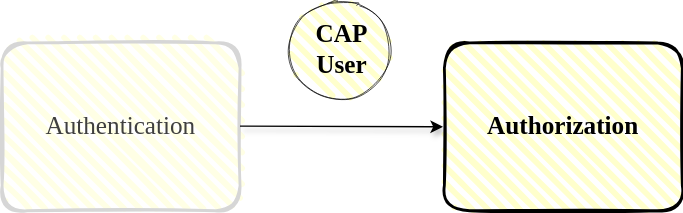
This is guides/security/assets/authorization.drawio.svg from capire/docs, a draw.io export, as it was before one commit. Source tidied: cells renumbered, new cells last; positions are measured from the earlier drawing's top-left corner, leaving out a move shared by most shapes.
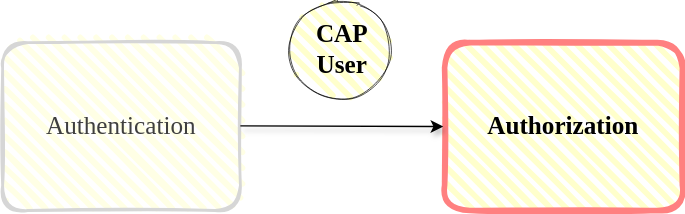
Above is the later version.

The edit, as a diff of the source:
```diff
@@ -2,7 +2,7 @@
   <root>
     <mxCell id="0" />
     <mxCell id="1" parent="0" />
-    <mxCell id="2" value="&lt;font style=&quot;font-size: 18px;&quot; face=&quot;Comic Sans MS&quot;&gt;&lt;b&gt;Authorization&lt;/b&gt;&lt;/font&gt;" style="rounded=1;whiteSpace=wrap;html=1;strokeWidth=2;fillWeight=4;hachureGap=8;hachureAngle=45;fillColor=#FFFFCC;sketch=1;" parent="1" vertex="1">
+    <mxCell id="2" value="&lt;font style=&quot;font-size: 18px;&quot; face=&quot;Comic Sans MS&quot;&gt;&lt;b&gt;Authorization&lt;/b&gt;&lt;/font&gt;" style="rounded=1;whiteSpace=wrap;html=1;strokeWidth=4;fillWeight=4;hachureGap=8;hachureAngle=45;fillColor=#FFFFCC;sketch=1;strokeColor=#FF8080;" parent="1" vertex="1">
       <mxGeometry x="316" y="30" width="170" height="120" as="geometry" />
     </mxCell>
     <mxCell id="3" value="&lt;span style=&quot;color: rgb(63, 63, 63); font-family: &amp;quot;Comic Sans MS&amp;quot;; font-size: 18px;&quot;&gt;Authentication&lt;/span&gt;" style="rounded=1;whiteSpace=wrap;html=1;strokeWidth=2;fillWeight=4;hachureGap=8;hachureAngle=45;fillColor=rgba(255,255,204,0.5);sketch=1;strokeColor=#D6D6D6;fontColor=#808080;" parent="1" vertex="1">
```
